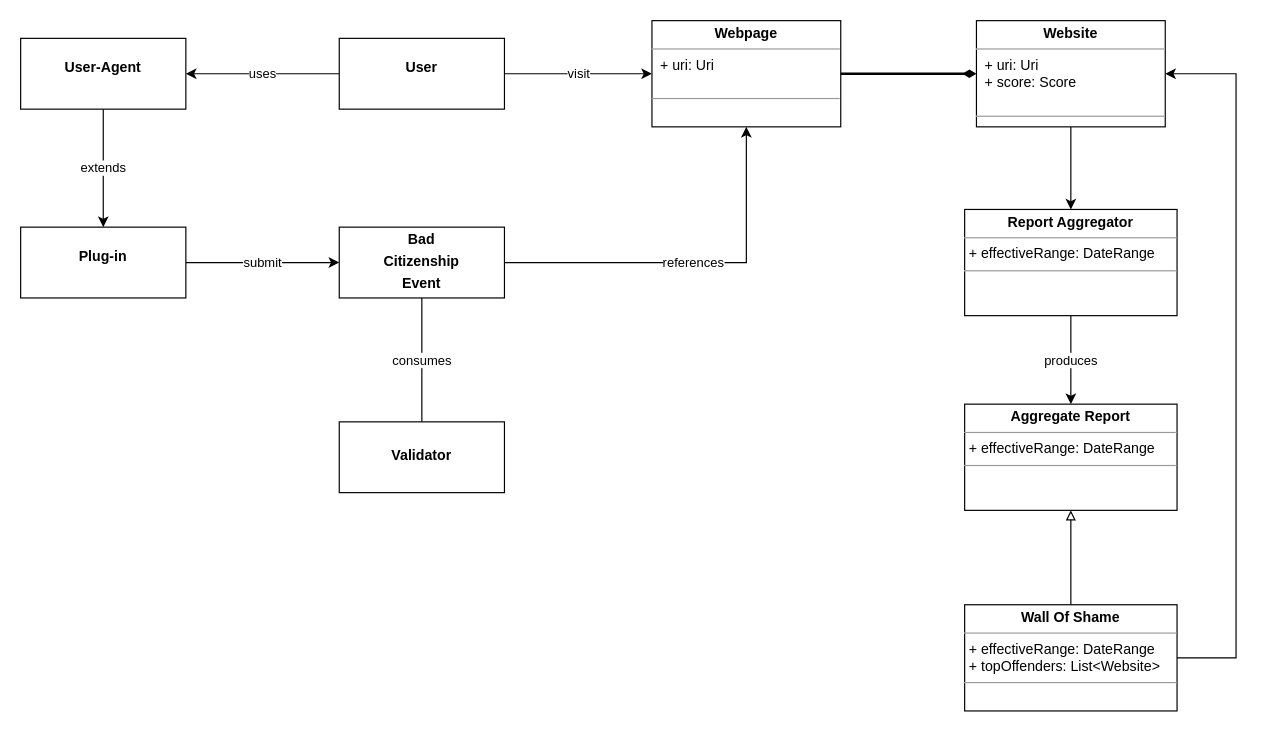
The draw.io diagram page "Entities" (1 of 2) of UML/Cyberspace-Citzenship-Coefficient.drawio in Cyberspace-Citizenship-Coefficient/.github, before the edit. Source tidied: cells renumbered, new cells numbered last; positions are measured from the earlier drawing's top-left corner, leaving out a move shared by most shapes. Both pictures are drawn from the tidied source at 118%, with x=0, y=0 at pixel (20, 20).
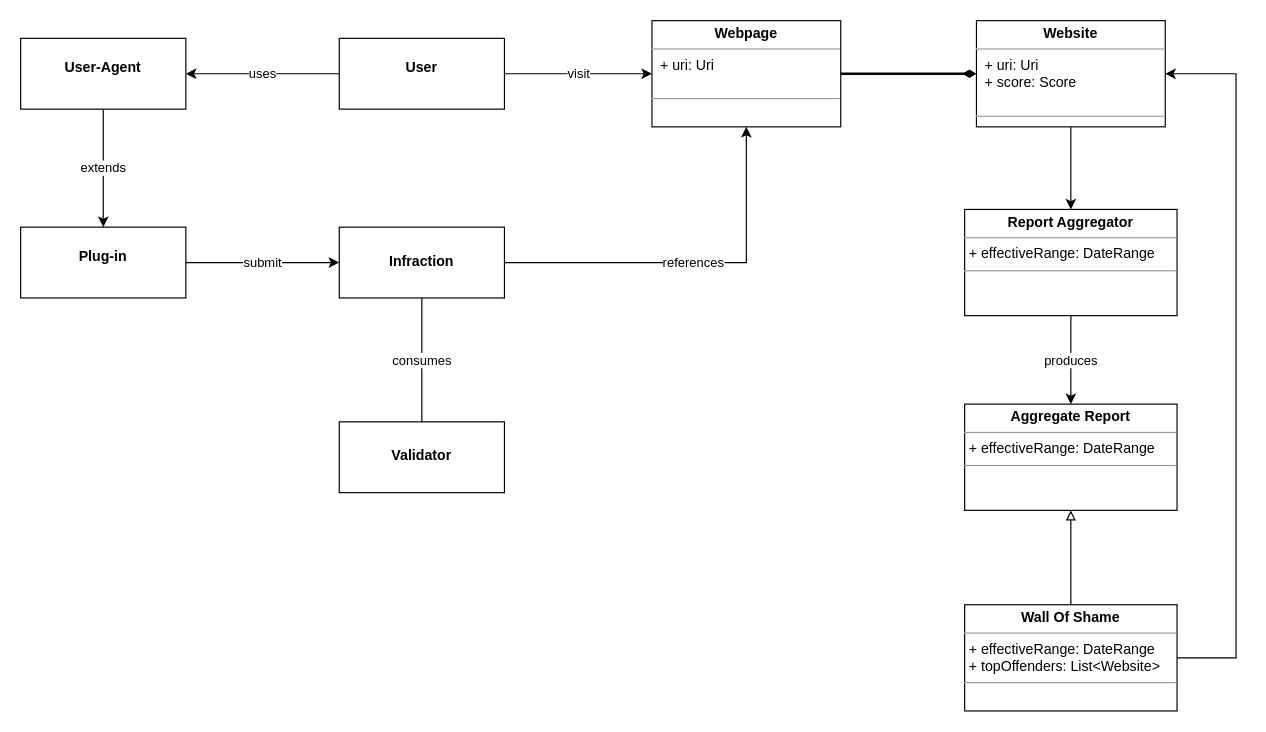
After the change.

What changed in the source:
```diff
@@
-    <mxCell id="10" value="&lt;p style=&quot;margin: 0px ; margin-top: 4px ; text-align: center&quot;&gt;&lt;b&gt;Bad&lt;/b&gt;&lt;/p&gt;&lt;p style=&quot;margin: 0px ; margin-top: 4px ; text-align: center&quot;&gt;&lt;b&gt;Citizenship&lt;/b&gt;&lt;/p&gt;&lt;p style=&quot;margin: 0px ; margin-top: 4px ; text-align: center&quot;&gt;&lt;b&gt;Event&lt;/b&gt;&lt;/p&gt;" style="verticalAlign=top;align=left;overflow=fill;fontSize=12;fontFamily=Helvetica;html=1;" parent="1" vertex="1">
+    <mxCell id="10" value="&lt;p style=&quot;margin: 0px ; margin-top: 4px ; text-align: center&quot;&gt;&lt;b&gt;&lt;br&gt;&lt;/b&gt;&lt;/p&gt;&lt;p style=&quot;margin: 0px ; margin-top: 4px ; text-align: center&quot;&gt;&lt;b&gt;Infraction&lt;/b&gt;&lt;/p&gt;" style="verticalAlign=top;align=left;overflow=fill;fontSize=12;fontFamily=Helvetica;html=1;" parent="1" vertex="1">
       <mxGeometry x="270" y="175" width="140" height="60" as="geometry" />
     </mxCell>
```
